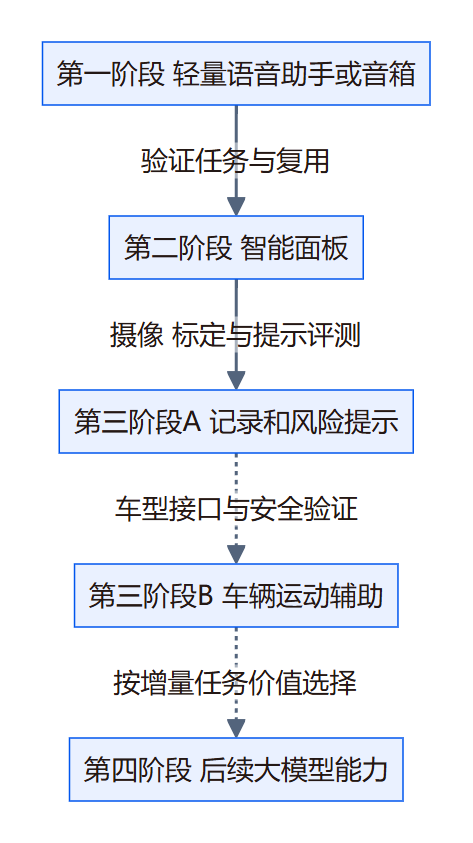
This is dist/diagrams/fig-01.png from DreamSoul-AI/in-vehicle-ai-research, a Mermaid export, as it was before one commit. Its source is kept beside it as dist/diagrams/fig-01.mmd. Its diagram source:
```mermaid
flowchart TB
  A[第一阶段 轻量语音助手或音箱] -->|验证任务与复用| B[第二阶段 智能面板]
  B -->|摄像 标定与提示评测| C[第三阶段A 记录和风险提示]
  C -.->|车型接口与安全验证| D[第三阶段B 车辆运动辅助]
  D -.->|按增量任务价值选择| E[第四阶段 后续大模型能力]
```
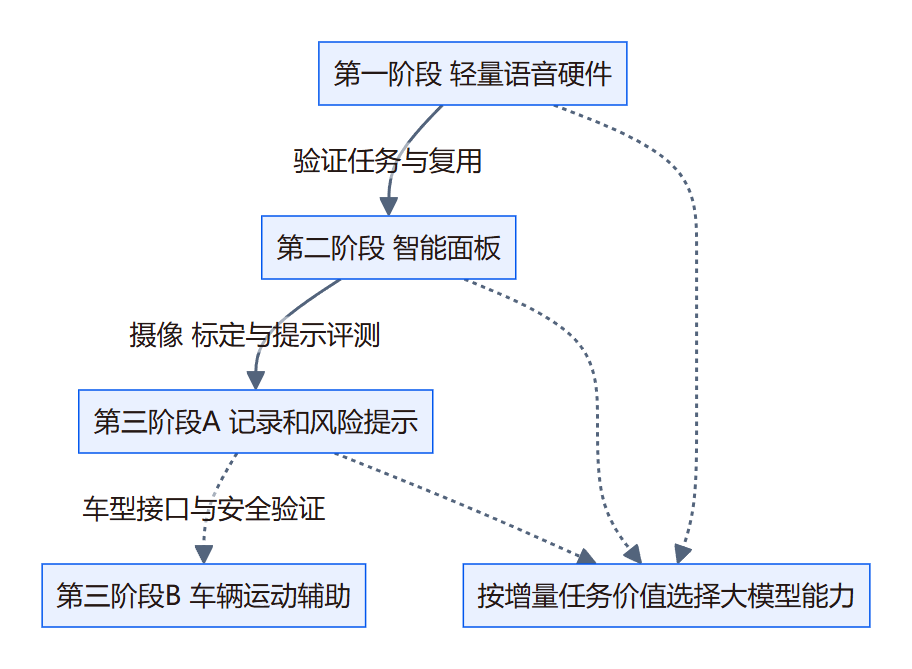
After the commit.

The edit, as a diff of the source:
```diff
@@ -1,5 +1,7 @@
 flowchart TB
-  A[第一阶段 轻量语音助手或音箱] -->|验证任务与复用| B[第二阶段 智能面板]
+  A[第一阶段 轻量语音硬件] -->|验证任务与复用| B[第二阶段 智能面板]
   B -->|摄像 标定与提示评测| C[第三阶段A 记录和风险提示]
   C -.->|车型接口与安全验证| D[第三阶段B 车辆运动辅助]
-  D -.->|按增量任务价值选择| E[第四阶段 后续大模型能力]
+  A -.-> E[按增量任务价值选择大模型能力]
+  B -.-> E
+  C -.-> E
```
